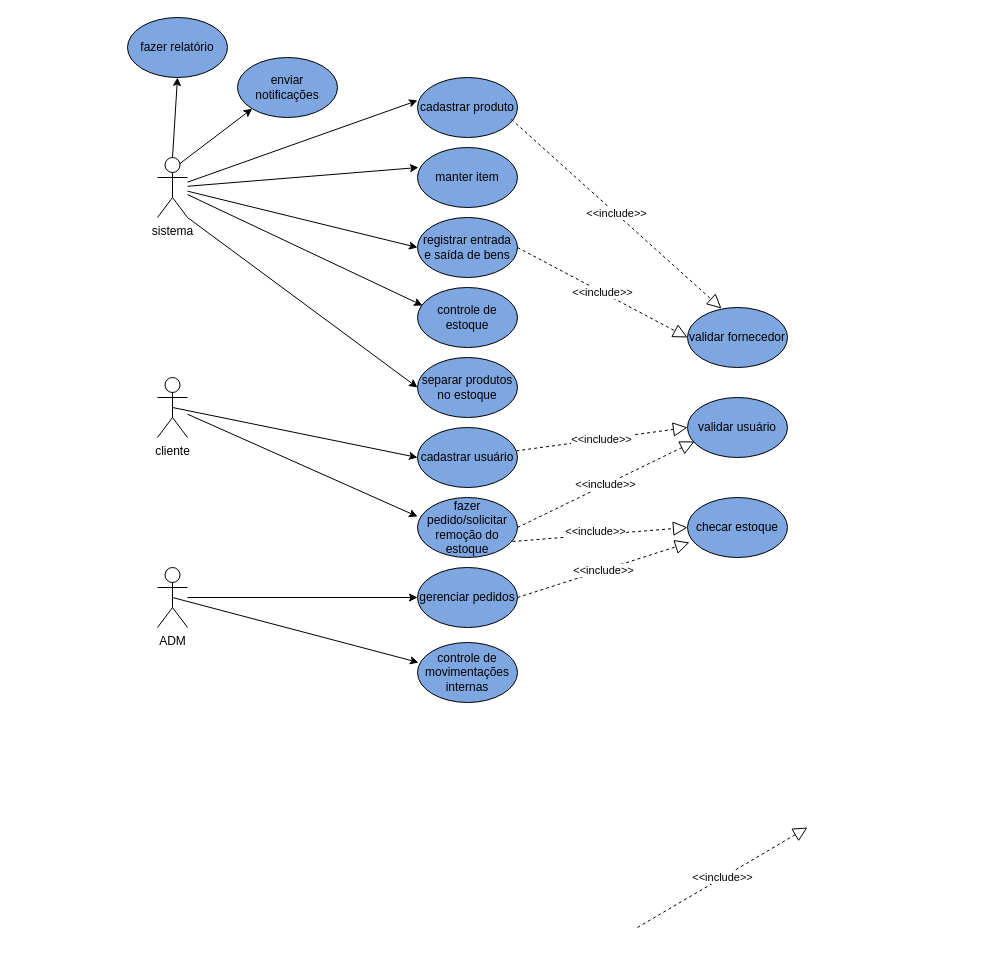
Before: Diagrama sem nome.drawio in neymarboliviano/piquerezpaidopopoti, a draw.io diagram. Source tidied: cells renumbered, new cells numbered last; positions are measured from the earlier drawing's top-left corner, leaving out a move shared by most shapes. Both pictures are drawn from the tidied source at 100%, with x=0, y=0 at pixel (127, 17).
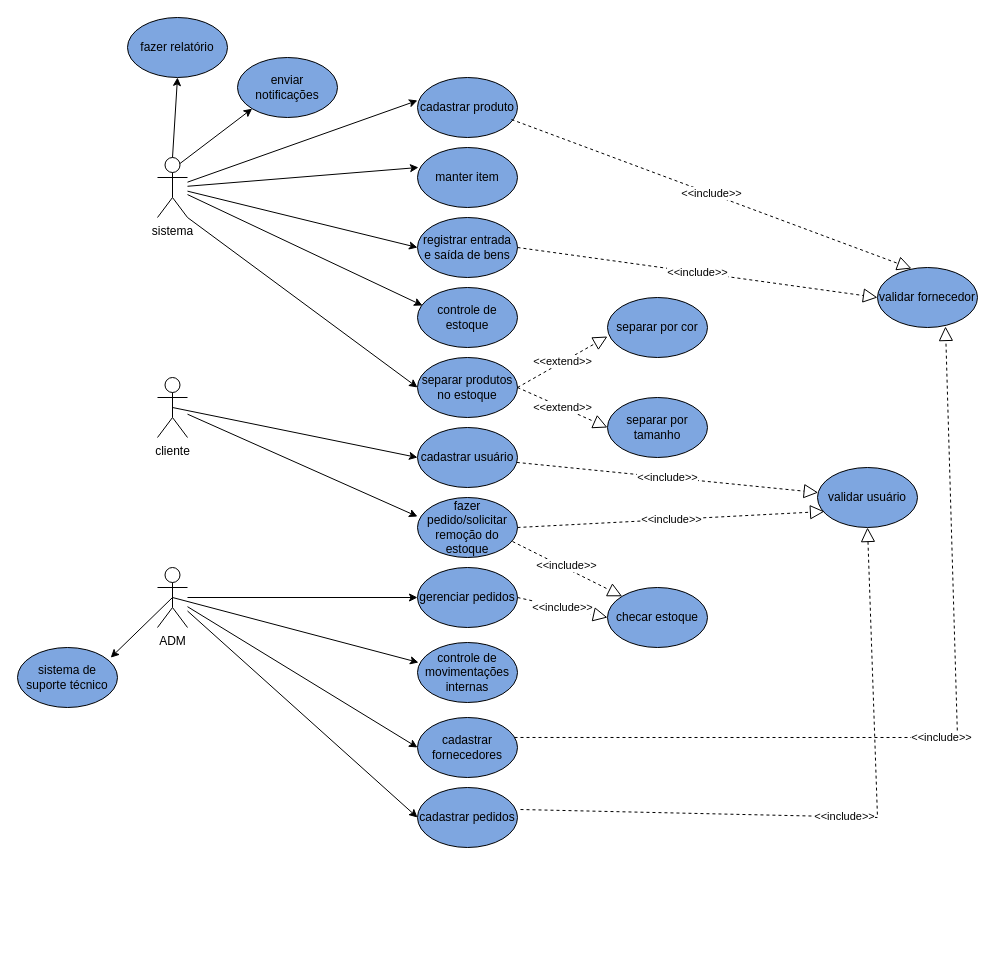
After the change.

Unchanged cells that the change refers to:
```xml
<mxCell id="6" value="separar produtos no estoque" style="ellipse;whiteSpace=wrap;html=1;fillColor=#7EA6E0;" parent="1" vertex="1">
  <mxGeometry x="290" y="340" width="100" height="60" as="geometry" />
</mxCell>
<mxCell id="7" value="cadastrar usuário" style="ellipse;whiteSpace=wrap;html=1;fillColor=#7EA6E0;" parent="1" vertex="1">
  <mxGeometry x="290" y="410" width="100" height="60" as="geometry" />
</mxCell>
<mxCell id="8" value="gerenciar pedidos" style="ellipse;whiteSpace=wrap;html=1;fillColor=#7EA6E0;" parent="1" vertex="1">
  <mxGeometry x="290" y="550" width="100" height="60" as="geometry" />
</mxCell>
<mxCell id="11" value="fazer pedido/solicitar remoção do estoque" style="ellipse;whiteSpace=wrap;html=1;fillColor=#7EA6E0;" parent="1" vertex="1">
  <mxGeometry x="290" y="480" width="100" height="60" as="geometry" />
</mxCell>
<mxCell id="16" value="ADM" style="shape=umlActor;verticalLabelPosition=bottom;verticalAlign=top;html=1;outlineConnect=0;" parent="1" vertex="1">
  <mxGeometry x="30" y="550" width="30" height="60" as="geometry" />
</mxCell>
```

Diff of the diagram source:
```diff
@@
     <mxCell id="4" value="validar usuário" style="ellipse;whiteSpace=wrap;html=1;fillColor=#7EA6E0;" parent="1" vertex="1">
-      <mxGeometry x="560" y="380" width="100" height="60" as="geometry" />
+      <mxGeometry x="690" y="450" width="100" height="60" as="geometry" />
     </mxCell>
@@
-    <mxCell id="29" value="&amp;lt;&amp;lt;include&amp;gt;&amp;gt;" style="endArrow=block;dashed=1;endFill=0;endSize=12;html=1;rounded=0;fillColor=#000000;" parent="1" edge="1" source="7">
-      <mxGeometry relative="1" as="geometry">
-        <mxPoint x="560" y="410" as="targetPoint" />
-      </mxGeometry>
+    <mxCell id="29" value="&amp;lt;&amp;lt;include&amp;gt;&amp;gt;" style="endArrow=block;dashed=1;endFill=0;endSize=12;html=1;rounded=0;fillColor=#000000;" parent="1" edge="1" source="7" target="4">
+      <mxGeometry relative="1" as="geometry" />
     </mxCell>
-    <mxCell id="30" value="&amp;lt;&amp;lt;include&amp;gt;&amp;gt;" style="endArrow=block;dashed=1;endFill=0;endSize=12;html=1;rounded=0;fillColor=#000000;exitX=1;exitY=0.5;exitDx=0;exitDy=0;entryX=0;entryY=0.5;entryDx=0;entryDy=0;" parent="1" edge="1">
+    <mxCell id="30" value="&amp;lt;&amp;lt;include&amp;gt;&amp;gt;" style="endArrow=block;dashed=1;endFill=0;endSize=12;html=1;rounded=0;fillColor=#000000;exitX=0.97;exitY=0.333;exitDx=0;exitDy=0;entryX=0.68;entryY=0.983;entryDx=0;entryDy=0;exitPerimeter=0;entryPerimeter=0;" parent="1" edge="1" source="37" target="36">
       <mxGeometry relative="1" as="geometry">
-        <mxPoint x="510" y="910" as="sourcePoint" />
-        <mxPoint x="680" y="810" as="targetPoint" />
+        <Array as="points">
+          <mxPoint x="830" y="720" />
+        </Array>
       </mxGeometry>
     </mxCell>
-    <mxCell id="31" value="&amp;lt;&amp;lt;include&amp;gt;&amp;gt;" style="endArrow=block;dashed=1;endFill=0;endSize=12;html=1;rounded=0;fillColor=#000000;exitX=0.95;exitY=0.733;exitDx=0;exitDy=0;exitPerimeter=0;entryX=0;entryY=0.5;entryDx=0;entryDy=0;" parent="1" edge="1" source="11" target="35">
+    <mxCell id="31" value="&amp;lt;&amp;lt;include&amp;gt;&amp;gt;" style="endArrow=block;dashed=1;endFill=0;endSize=12;html=1;rounded=0;fillColor=#000000;exitX=0.95;exitY=0.733;exitDx=0;exitDy=0;exitPerimeter=0;entryX=0;entryY=0;entryDx=0;entryDy=0;" parent="1" edge="1" source="11" target="35">
       <mxGeometry x="-0.04" y="3" relative="1" as="geometry" />
     </mxCell>
-    <mxCell id="32" value="&amp;lt;&amp;lt;include&amp;gt;&amp;gt;" style="endArrow=block;dashed=1;endFill=0;endSize=12;html=1;rounded=0;fillColor=#000000;exitX=1;exitY=0.5;exitDx=0;exitDy=0;entryX=0.02;entryY=0.75;entryDx=0;entryDy=0;entryPerimeter=0;" parent="1" edge="1" source="8" target="35">
+    <mxCell id="32" value="&amp;lt;&amp;lt;include&amp;gt;&amp;gt;" style="endArrow=block;dashed=1;endFill=0;endSize=12;html=1;rounded=0;fillColor=#000000;exitX=1;exitY=0.5;exitDx=0;exitDy=0;entryX=0;entryY=0.5;entryDx=0;entryDy=0;" parent="1" edge="1" source="8" target="35">
       <mxGeometry relative="1" as="geometry" />
     </mxCell>
@@
     <mxCell id="35" value="checar estoque" style="ellipse;whiteSpace=wrap;html=1;fillColor=#7EA6E0;" parent="1" vertex="1">
-      <mxGeometry x="560" y="480" width="100" height="60" as="geometry" />
+      <mxGeometry x="480" y="570" width="100" height="60" as="geometry" />
     </mxCell>
     <mxCell id="36" value="validar fornecedor" style="ellipse;whiteSpace=wrap;html=1;fillColor=#7EA6E0;" parent="1" vertex="1">
-      <mxGeometry x="560" y="290" width="100" height="60" as="geometry" />
+      <mxGeometry x="750" y="250" width="100" height="60" as="geometry" />
     </mxCell>
+    <mxCell id="37" value="cadastrar fornecedores" style="ellipse;whiteSpace=wrap;html=1;fillColor=#7EA6E0;" parent="1" vertex="1">
+      <mxGeometry x="290" y="700" width="100" height="60" as="geometry" />
+    </mxCell>
+    <mxCell id="38" value="cadastrar pedidos" style="ellipse;whiteSpace=wrap;html=1;fillColor=#7EA6E0;" parent="1" vertex="1">
+      <mxGeometry x="290" y="770" width="100" height="60" as="geometry" />
+    </mxCell>
+    <mxCell id="39" style="endArrow=classic;html=1;rounded=0;entryX=0;entryY=0.5;entryDx=0;entryDy=0;" parent="1" edge="1" source="16" target="38">
+      <mxGeometry relative="1" as="geometry" />
+    </mxCell>
+    <mxCell id="40" style="endArrow=classic;html=1;rounded=0;entryX=0;entryY=0.5;entryDx=0;entryDy=0;" parent="1" edge="1" source="16" target="37">
+      <mxGeometry relative="1" as="geometry" />
+    </mxCell>
+    <mxCell id="41" value="&amp;lt;&amp;lt;include&amp;gt;&amp;gt;" style="endArrow=block;dashed=1;endFill=0;endSize=12;html=1;rounded=0;fillColor=#000000;exitX=1.03;exitY=0.367;exitDx=0;exitDy=0;exitPerimeter=0;entryX=0.5;entryY=1;entryDx=0;entryDy=0;" parent="1" edge="1" source="38" target="4">
+      <mxGeometry relative="1" as="geometry">
+        <Array as="points">
+          <mxPoint x="750" y="800" />
+        </Array>
+      </mxGeometry>
+    </mxCell>
+    <mxCell id="42" value="&amp;lt;&amp;lt;extend&amp;gt;&amp;gt;" style="endArrow=block;dashed=1;endFill=0;endSize=12;html=1;rounded=0;fillColor=#000000;exitX=1;exitY=0.5;exitDx=0;exitDy=0;entryX=0;entryY=0.5;entryDx=0;entryDy=0;" parent="1" edge="1" source="6" target="43">
+      <mxGeometry relative="1" as="geometry" />
+    </mxCell>
+    <mxCell id="43" value="separar por tamanho" style="ellipse;whiteSpace=wrap;html=1;fillColor=#7EA6E0;" parent="1" vertex="1">
+      <mxGeometry x="480" y="380" width="100" height="60" as="geometry" />
+    </mxCell>
+    <mxCell id="44" value="&amp;lt;&amp;lt;extend&amp;gt;&amp;gt;" style="endArrow=block;dashed=1;endFill=0;endSize=12;html=1;rounded=0;fillColor=#000000;exitX=1;exitY=0.5;exitDx=0;exitDy=0;entryX=0;entryY=0.65;entryDx=0;entryDy=0;entryPerimeter=0;" parent="1" edge="1" source="6" target="45">
+      <mxGeometry relative="1" as="geometry" />
+    </mxCell>
+    <mxCell id="45" value="separar por cor" style="ellipse;whiteSpace=wrap;html=1;fillColor=#7EA6E0;" parent="1" vertex="1">
+      <mxGeometry x="480" y="280" width="100" height="60" as="geometry" />
+    </mxCell>
+    <mxCell id="46" value="sistema de suporte técnico" style="ellipse;whiteSpace=wrap;html=1;fillColor=#7EA6E0;" parent="1" vertex="1">
+      <mxGeometry x="-110" y="630" width="100" height="60" as="geometry" />
+    </mxCell>
+    <mxCell id="47" style="endArrow=classic;html=1;rounded=0;exitX=0.5;exitY=0.5;exitDx=0;exitDy=0;exitPerimeter=0;entryX=0.932;entryY=0.169;entryDx=0;entryDy=0;entryPerimeter=0;" parent="1" edge="1" source="16" target="46">
+      <mxGeometry relative="1" as="geometry" />
+    </mxCell>
```
